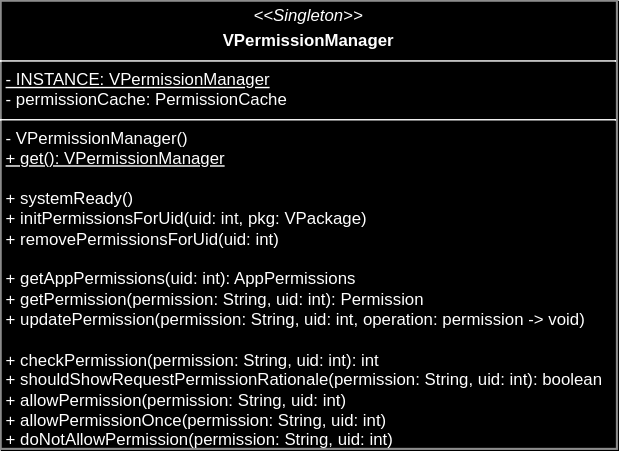
alberto-lazari/masters-thesis keeps this draw.io diagram as images/management-core.svg. Above is the earlier version. Source tidied: cells renumbered, new cells last; positions are measured from the earlier drawing's top-left corner, leaving out a move shared by most shapes.
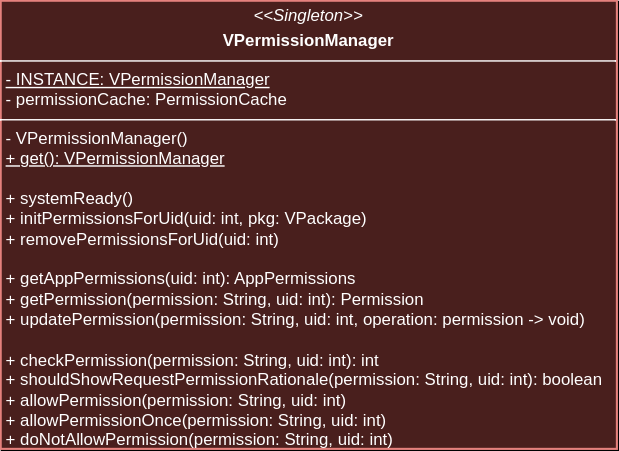
After the change.

The edit, as a diff of the source:
```diff
@@ -2,7 +2,7 @@
   <root>
     <mxCell id="0" />
     <mxCell id="1" parent="0" />
-    <mxCell id="2" value="&lt;p style=&quot;margin:0px;margin-top:4px;text-align:center;&quot;&gt;&lt;i&gt;&amp;lt;&amp;lt;Singleton&amp;gt;&amp;gt;&lt;/i&gt;&lt;/p&gt;&lt;p style=&quot;margin:0px;margin-top:4px;text-align:center;&quot;&gt;&lt;b&gt;VPermissionManager&lt;/b&gt;&lt;b&gt;&lt;br&gt;&lt;/b&gt;&lt;/p&gt;&lt;hr size=&quot;1&quot; style=&quot;border-style:solid;&quot;&gt;&lt;p style=&quot;margin:0px;margin-left:4px;&quot;&gt;&lt;u&gt;- INSTANCE: VPermissionManager&lt;/u&gt;&lt;br&gt;&lt;/p&gt;&lt;p style=&quot;margin:0px;margin-left:4px;&quot;&gt;- permissionCache: PermissionCache&lt;/p&gt;&lt;hr size=&quot;1&quot; style=&quot;border-style:solid;&quot;&gt;&lt;p style=&quot;margin:0px;margin-left:4px;&quot;&gt;- VPermissionManager()&lt;/p&gt;&lt;p style=&quot;margin:0px;margin-left:4px;&quot;&gt;&lt;u&gt;+ get(): VPermissionManager&lt;/u&gt;&lt;/p&gt;&lt;p style=&quot;margin:0px;margin-left:4px;&quot;&gt;&lt;u&gt;&lt;br&gt;&lt;/u&gt;&lt;/p&gt;&lt;p style=&quot;margin:0px;margin-left:4px;&quot;&gt;+ systemReady()&lt;/p&gt;&lt;p style=&quot;margin: 0px 0px 0px 4px;&quot;&gt;+ initPermissionsForUid(uid: int, pkg: VPackage)&lt;/p&gt;&lt;p style=&quot;margin: 0px 0px 0px 4px;&quot;&gt;+ removePermissionsForUid(uid: int)&lt;/p&gt;&lt;p style=&quot;margin: 0px 0px 0px 4px;&quot;&gt;&lt;br&gt;&lt;/p&gt;&lt;p style=&quot;margin:0px;margin-left:4px;&quot;&gt;+ getAppPermissions(uid: int): AppPermissions&lt;/p&gt;&lt;p style=&quot;margin:0px;margin-left:4px;&quot;&gt;+ getPermission(permission: String, uid: int): Permission&lt;/p&gt;&lt;p style=&quot;margin:0px;margin-left:4px;&quot;&gt;+ updatePermission(permission: String, uid: int, operation: permission -&amp;gt; void)&lt;/p&gt;&lt;p style=&quot;margin:0px;margin-left:4px;&quot;&gt;&lt;br&gt;&lt;/p&gt;&lt;p style=&quot;margin:0px;margin-left:4px;&quot;&gt;+ checkPermission(permission: String, uid: int): int&lt;/p&gt;&lt;p style=&quot;margin:0px;margin-left:4px;&quot;&gt;+&amp;nbsp;shouldShowRequestPermissionRationale(permission: String, uid: int): boolean&lt;/p&gt;&lt;p style=&quot;margin:0px;margin-left:4px;&quot;&gt;+ allowPermission(permission: String, uid: int)&lt;/p&gt;&lt;p style=&quot;margin:0px;margin-left:4px;&quot;&gt;+ allowPermissionOnce(permission: String, uid: int)&lt;br&gt;&lt;/p&gt;&lt;p style=&quot;margin:0px;margin-left:4px;&quot;&gt;+ doNotAllowPermission(permission: String, uid: int)&lt;/p&gt;&lt;p style=&quot;margin:0px;margin-left:4px;&quot;&gt;&lt;span style=&quot;caret-color: rgba(0, 0, 0, 0); color: rgba(0, 0, 0, 0); font-family: monospace; font-size: 0px; white-space: nowrap;&quot;&gt;%3CmxGraphModel%3E%3Croot%3E%3CmxCell%20id%3D%220%22%2F%3E%3CmxCell%20id%3D%221%22%20parent%3D%220%22%2F%3E%3CmxCell%20id%3D%222%22%20value%3D%22%26lt%3Bp%20style%3D%26quot%3Bmargin%3A0px%3Bmargin-top%3A4px%3Btext-align%3Acenter%3B%26quot%3B%26gt%3B%26lt%3Bb%26gt%3BPermissionManagerServiceImpl%26lt%3B%2Fb%26gt%3B%26lt%3B%2Fp%26gt%3B%26lt%3Bhr%20size%3D%26quot%3B1%26quot%3B%20style%3D%26quot%3Bborder-style%3Asolid%3B%26quot%3B%26gt%3B%26lt%3Bp%20style%3D%26quot%3Bmargin%3A0px%3Bmargin-left%3A4px%3B%26quot%3B%26gt%3B%26lt%3Bbr%26gt%3B%26lt%3B%2Fp%26gt%3B%26lt%3Bhr%20size%3D%26quot%3B1%26quot%3B%20style%3D%26quot%3Bborder-style%3Asolid%3B%26quot%3B%26gt%3B%26lt%3Bp%20style%3D%26quot%3Bmargin%3A0px%3Bmargin-left%3A4px%3B%26quot%3B%26gt%3B%2B%20restorePermissionState()%26lt%3B%2Fp%26gt%3B%22%20style%3D%22verticalAlign%3Dtop%3Balign%3Dleft%3Boverflow%3Dfill%3Bhtml%3D1%3BwhiteSpace%3Dwrap%3B%22%20vertex%3D%221%22%20parent%3D%221%22%3E%3CmxGeometry%20x%3D%22460%22%20y%3D%22305%22%20width%3D%22200%22%20height%3D%2290%22%20as%3D%22geometry%22%2F%3E%3C%2FmxCell%3E%3C%2Froot%3E%3C%2FmxGraphModel%&lt;/span&gt;&lt;/p&gt;" style="verticalAlign=top;align=left;overflow=fill;html=1;whiteSpace=wrap;strokeWidth=1.5;comic=0;strokeColor=#737373;" parent="1" vertex="1">
+    <mxCell id="2" value="&lt;p style=&quot;margin:0px;margin-top:4px;text-align:center;&quot;&gt;&lt;i&gt;&amp;lt;&amp;lt;Singleton&amp;gt;&amp;gt;&lt;/i&gt;&lt;/p&gt;&lt;p style=&quot;margin:0px;margin-top:4px;text-align:center;&quot;&gt;&lt;b&gt;VPermissionManager&lt;/b&gt;&lt;b&gt;&lt;br&gt;&lt;/b&gt;&lt;/p&gt;&lt;hr size=&quot;1&quot; style=&quot;border-style:solid;&quot;&gt;&lt;p style=&quot;margin:0px;margin-left:4px;&quot;&gt;&lt;u&gt;- INSTANCE: VPermissionManager&lt;/u&gt;&lt;br&gt;&lt;/p&gt;&lt;p style=&quot;margin:0px;margin-left:4px;&quot;&gt;- permissionCache: PermissionCache&lt;/p&gt;&lt;hr size=&quot;1&quot; style=&quot;border-style:solid;&quot;&gt;&lt;p style=&quot;margin:0px;margin-left:4px;&quot;&gt;- VPermissionManager()&lt;/p&gt;&lt;p style=&quot;margin:0px;margin-left:4px;&quot;&gt;&lt;u&gt;+ get(): VPermissionManager&lt;/u&gt;&lt;/p&gt;&lt;p style=&quot;margin:0px;margin-left:4px;&quot;&gt;&lt;u&gt;&lt;br&gt;&lt;/u&gt;&lt;/p&gt;&lt;p style=&quot;margin:0px;margin-left:4px;&quot;&gt;+ systemReady()&lt;/p&gt;&lt;p style=&quot;margin: 0px 0px 0px 4px;&quot;&gt;+ initPermissionsForUid(uid: int, pkg: VPackage)&lt;/p&gt;&lt;p style=&quot;margin: 0px 0px 0px 4px;&quot;&gt;+ removePermissionsForUid(uid: int)&lt;/p&gt;&lt;p style=&quot;margin: 0px 0px 0px 4px;&quot;&gt;&lt;br&gt;&lt;/p&gt;&lt;p style=&quot;margin:0px;margin-left:4px;&quot;&gt;+ getAppPermissions(uid: int): AppPermissions&lt;/p&gt;&lt;p style=&quot;margin:0px;margin-left:4px;&quot;&gt;+ getPermission(permission: String, uid: int): Permission&lt;/p&gt;&lt;p style=&quot;margin:0px;margin-left:4px;&quot;&gt;+ updatePermission(permission: String, uid: int, operation: permission -&amp;gt; void)&lt;/p&gt;&lt;p style=&quot;margin:0px;margin-left:4px;&quot;&gt;&lt;br&gt;&lt;/p&gt;&lt;p style=&quot;margin:0px;margin-left:4px;&quot;&gt;+ checkPermission(permission: String, uid: int): int&lt;/p&gt;&lt;p style=&quot;margin:0px;margin-left:4px;&quot;&gt;+&amp;nbsp;shouldShowRequestPermissionRationale(permission: String, uid: int): boolean&lt;/p&gt;&lt;p style=&quot;margin:0px;margin-left:4px;&quot;&gt;+ allowPermission(permission: String, uid: int)&lt;/p&gt;&lt;p style=&quot;margin:0px;margin-left:4px;&quot;&gt;+ allowPermissionOnce(permission: String, uid: int)&lt;br&gt;&lt;/p&gt;&lt;p style=&quot;margin:0px;margin-left:4px;&quot;&gt;+ doNotAllowPermission(permission: String, uid: int)&lt;/p&gt;&lt;p style=&quot;margin:0px;margin-left:4px;&quot;&gt;&lt;span style=&quot;caret-color: rgba(0, 0, 0, 0); color: rgba(0, 0, 0, 0); font-family: monospace; font-size: 0px; white-space: nowrap;&quot;&gt;%3CmxGraphModel%3E%3Croot%3E%3CmxCell%20id%3D%220%22%2F%3E%3CmxCell%20id%3D%221%22%20parent%3D%220%22%2F%3E%3CmxCell%20id%3D%222%22%20value%3D%22%26lt%3Bp%20style%3D%26quot%3Bmargin%3A0px%3Bmargin-top%3A4px%3Btext-align%3Acenter%3B%26quot%3B%26gt%3B%26lt%3Bb%26gt%3BPermissionManagerServiceImpl%26lt%3B%2Fb%26gt%3B%26lt%3B%2Fp%26gt%3B%26lt%3Bhr%20size%3D%26quot%3B1%26quot%3B%20style%3D%26quot%3Bborder-style%3Asolid%3B%26quot%3B%26gt%3B%26lt%3Bp%20style%3D%26quot%3Bmargin%3A0px%3Bmargin-left%3A4px%3B%26quot%3B%26gt%3B%26lt%3Bbr%26gt%3B%26lt%3B%2Fp%26gt%3B%26lt%3Bhr%20size%3D%26quot%3B1%26quot%3B%20style%3D%26quot%3Bborder-style%3Asolid%3B%26quot%3B%26gt%3B%26lt%3Bp%20style%3D%26quot%3Bmargin%3A0px%3Bmargin-left%3A4px%3B%26quot%3B%26gt%3B%2B%20restorePermissionState()%26lt%3B%2Fp%26gt%3B%22%20style%3D%22verticalAlign%3Dtop%3Balign%3Dleft%3Boverflow%3Dfill%3Bhtml%3D1%3BwhiteSpace%3Dwrap%3B%22%20vertex%3D%221%22%20parent%3D%221%22%3E%3CmxGeometry%20x%3D%22460%22%20y%3D%22305%22%20width%3D%22200%22%20height%3D%2290%22%20as%3D%22geometry%22%2F%3E%3C%2FmxCell%3E%3C%2Froot%3E%3C%2FmxGraphModel%&lt;/span&gt;&lt;/p&gt;" style="verticalAlign=top;align=left;overflow=fill;html=1;whiteSpace=wrap;strokeWidth=1.5;comic=0;strokeColor=#b85450;fillColor=#f8cecc;" parent="1" vertex="1">
       <mxGeometry width="440" height="320" as="geometry" />
     </mxCell>
   </root>
```
